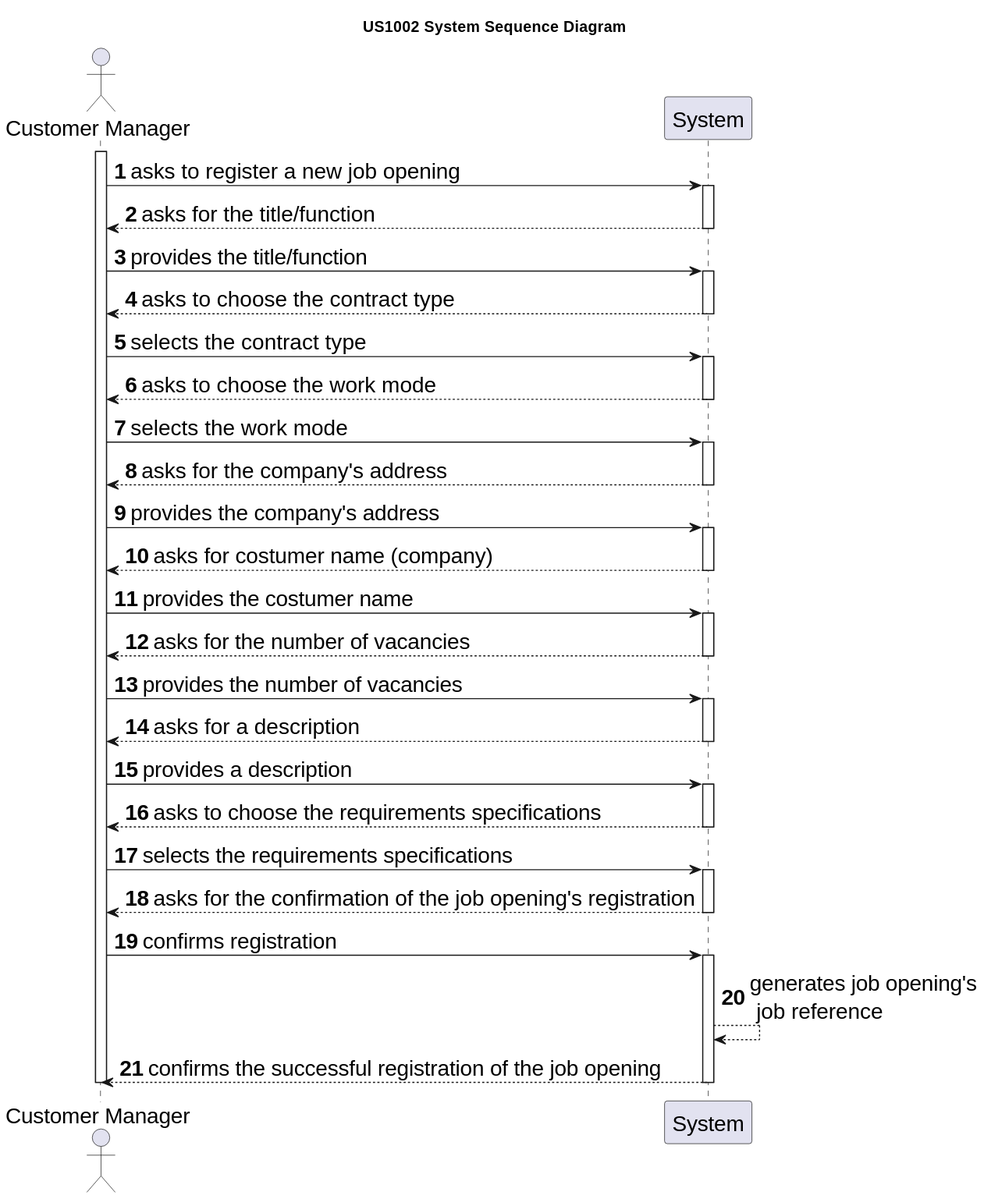
Before: docs/sb_us_1002/US1002_SSD/US1002_SSD.svg, a diagram exported from PlantUML (rita-barbosa/LAPR4-2324).
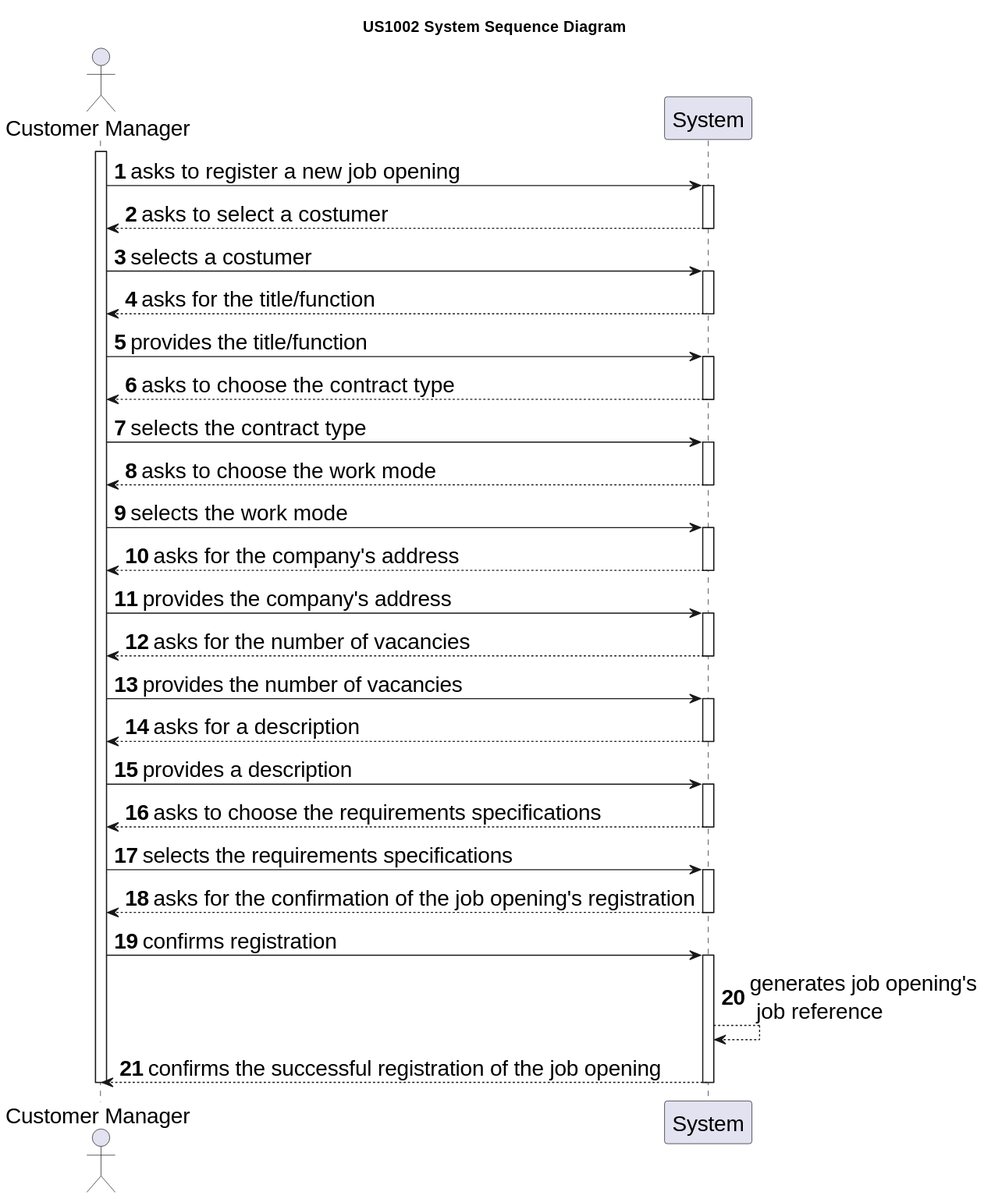
After the commit.

What changed in the source:
```diff
@@ -11,6 +11,13 @@
 activate CM
 
 CM -> SYS : asks to register a new job opening
+
+activate SYS
+
+SYS --> CM : asks to select a costumer
+deactivate SYS
+
+CM -> SYS : selects a costumer
 
 activate SYS
 
@@ -39,13 +46,6 @@
 deactivate SYS
 
 CM -> SYS : provides the company's address
-
-activate SYS
-
-SYS --> CM : asks for costumer name (company)
-deactivate SYS
-
-CM -> SYS : provides the costumer name
 
 activate SYS
 
```
